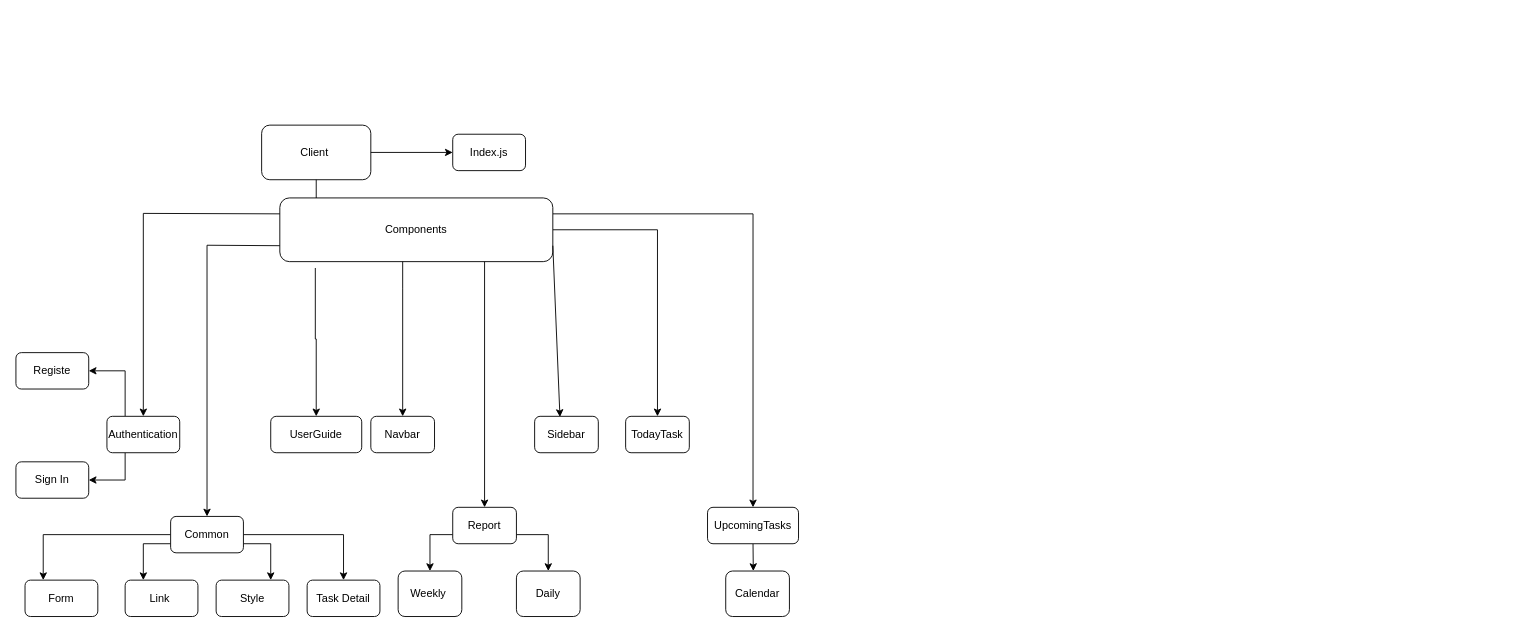
ViNguyen3747/Voice-Powered-Self-Productivity keeps this draw.io diagram as images/User Interface/Github.drawio. Above is the earlier version. Source tidied: cells renumbered, new cells numbered last; positions are measured from the earlier drawing's top-left corner, leaving out a move shared by most shapes. Both pictures are drawn from the tidied source at 91%, with x=0, y=0 at pixel (15, 125).
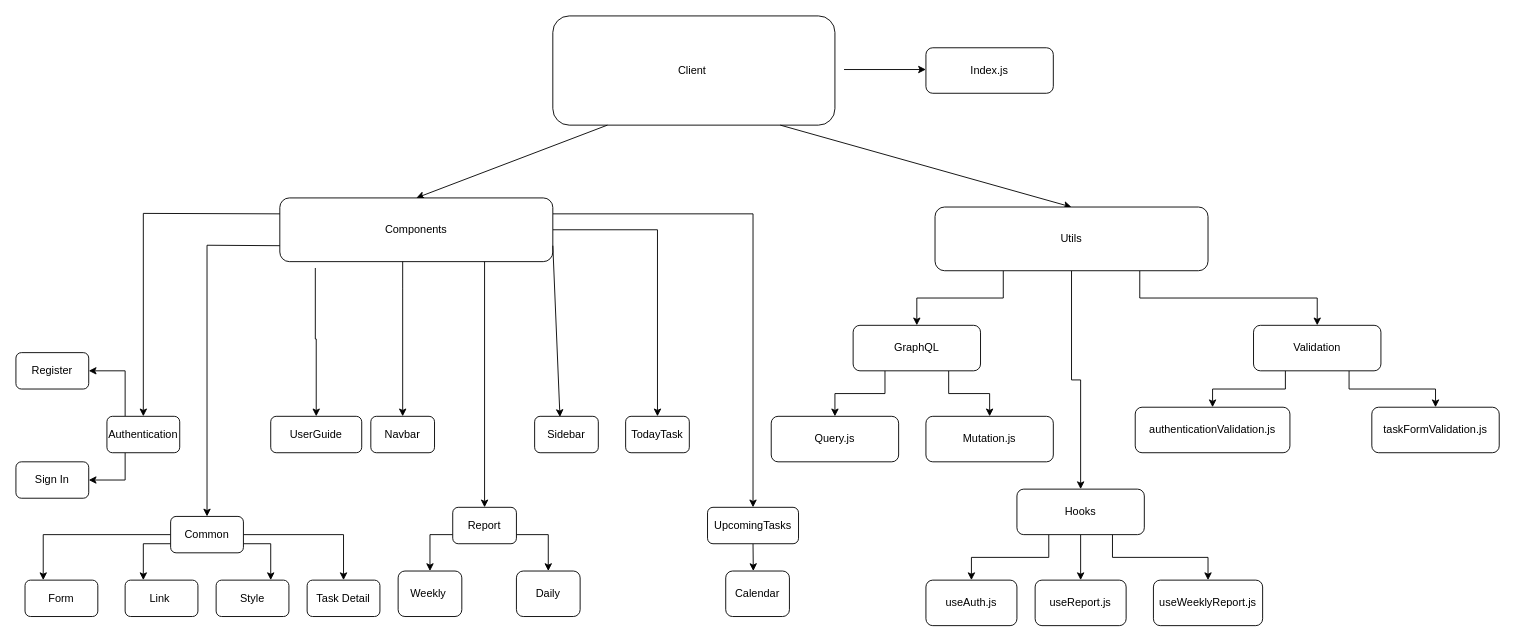
After the change.

Unchanged cells that the change refers to:
```xml
<mxCell id="9" value="Components" style="rounded=1;whiteSpace=wrap;html=1;" parent="1" vertex="1">
  <mxGeometry x="290" y="80" width="300" height="70" as="geometry" />
</mxCell>
```

The edit, as a diff of the source:
```diff
@@
     <mxCell id="2" value="Client&amp;nbsp;" style="rounded=1;whiteSpace=wrap;html=1;" parent="1" vertex="1">
-      <mxGeometry x="270" width="120" height="60" as="geometry" />
+      <mxGeometry x="590" y="-120" width="310" height="120" as="geometry" />
     </mxCell>
     <mxCell id="3" style="endArrow=classic;html=1;rounded=0;" parent="1" edge="1">
       <mxGeometry relative="1" as="geometry">
-        <mxPoint x="390" y="30" as="sourcePoint" />
-        <mxPoint x="480" y="30" as="targetPoint" />
+        <mxPoint x="910" y="-61.1" as="sourcePoint" />
+        <mxPoint x="1000" y="-61.1" as="targetPoint" />
       </mxGeometry>
     </mxCell>
-    <mxCell id="4" style="endArrow=classic;html=1;rounded=0;" parent="1" edge="1">
+    <mxCell id="4" style="endArrow=classic;html=1;rounded=0;entryX=0.5;entryY=0;entryDx=0;entryDy=0;" parent="1" edge="1" target="9">
       <mxGeometry relative="1" as="geometry">
-        <mxPoint x="330" y="60" as="sourcePoint" />
-        <mxPoint x="330" y="110" as="targetPoint" />
+        <mxPoint x="650" as="sourcePoint" />
       </mxGeometry>
     </mxCell>
     <mxCell id="5" value="Index.js" style="rounded=1;whiteSpace=wrap;html=1;" parent="1" vertex="1">
-      <mxGeometry x="480" y="10" width="80" height="40" as="geometry" />
+      <mxGeometry x="1000" y="-85" width="140" height="50" as="geometry" />
     </mxCell>
@@
-    <mxCell id="33" value="Registe" style="rounded=1;whiteSpace=wrap;html=1;" parent="1" vertex="1">
+    <mxCell id="33" value="Register" style="rounded=1;whiteSpace=wrap;html=1;" parent="1" vertex="1">
       <mxGeometry y="250" width="80" height="40" as="geometry" />
     </mxCell>
@@
+    <mxCell id="41" style="endArrow=classic;html=1;rounded=0;entryX=0.5;entryY=0;entryDx=0;entryDy=0;" parent="1" edge="1" target="45">
+      <mxGeometry relative="1" as="geometry">
+        <mxPoint x="840" as="sourcePoint" />
+      </mxGeometry>
+    </mxCell>
+    <mxCell id="42" style="edgeStyle=orthogonalEdgeStyle;rounded=0;jettySize=auto;html=1;exitX=0.25;exitY=1;exitDx=0;exitDy=0;entryX=0.5;entryY=0;entryDx=0;entryDy=0;" parent="1" edge="1" source="45" target="48">
+      <mxGeometry relative="1" as="geometry" />
+    </mxCell>
+    <mxCell id="43" style="edgeStyle=orthogonalEdgeStyle;rounded=0;jettySize=auto;html=1;exitX=0.5;exitY=1;exitDx=0;exitDy=0;entryX=0.5;entryY=0;entryDx=0;entryDy=0;" parent="1" edge="1" source="45" target="52">
+      <mxGeometry relative="1" as="geometry" />
+    </mxCell>
+    <mxCell id="44" style="edgeStyle=orthogonalEdgeStyle;rounded=0;jettySize=auto;html=1;exitX=0.75;exitY=1;exitDx=0;exitDy=0;entryX=0.5;entryY=0;entryDx=0;entryDy=0;" parent="1" edge="1" source="45" target="55">
+      <mxGeometry relative="1" as="geometry" />
+    </mxCell>
+    <mxCell id="45" value="Utils" style="rounded=1;whiteSpace=wrap;html=1;" parent="1" vertex="1">
+      <mxGeometry x="1010" y="90" width="300" height="70" as="geometry" />
+    </mxCell>
+    <mxCell id="46" style="edgeStyle=orthogonalEdgeStyle;rounded=0;jettySize=auto;html=1;exitX=0.25;exitY=1;exitDx=0;exitDy=0;entryX=0.5;entryY=0;entryDx=0;entryDy=0;" parent="1" edge="1" source="48" target="56">
+      <mxGeometry relative="1" as="geometry" />
+    </mxCell>
+    <mxCell id="47" style="edgeStyle=orthogonalEdgeStyle;rounded=0;jettySize=auto;html=1;exitX=0.75;exitY=1;exitDx=0;exitDy=0;entryX=0.5;entryY=0;entryDx=0;entryDy=0;" parent="1" edge="1" source="48" target="57">
+      <mxGeometry relative="1" as="geometry" />
+    </mxCell>
+    <mxCell id="48" value="GraphQL" style="rounded=1;whiteSpace=wrap;html=1;" parent="1" vertex="1">
+      <mxGeometry x="920" y="220" width="140" height="50" as="geometry" />
+    </mxCell>
+    <mxCell id="49" style="edgeStyle=orthogonalEdgeStyle;rounded=0;jettySize=auto;html=1;exitX=0.25;exitY=1;exitDx=0;exitDy=0;entryX=0.5;entryY=0;entryDx=0;entryDy=0;" parent="1" edge="1" source="52" target="58">
+      <mxGeometry relative="1" as="geometry" />
+    </mxCell>
+    <mxCell id="50" style="edgeStyle=orthogonalEdgeStyle;rounded=0;jettySize=auto;html=1;exitX=0.5;exitY=1;exitDx=0;exitDy=0;entryX=0.5;entryY=0;entryDx=0;entryDy=0;" parent="1" edge="1" source="52" target="59">
+      <mxGeometry relative="1" as="geometry" />
+    </mxCell>
+    <mxCell id="51" style="edgeStyle=orthogonalEdgeStyle;rounded=0;jettySize=auto;html=1;exitX=0.75;exitY=1;exitDx=0;exitDy=0;entryX=0.5;entryY=0;entryDx=0;entryDy=0;" parent="1" edge="1" source="52" target="60">
+      <mxGeometry relative="1" as="geometry" />
+    </mxCell>
+    <mxCell id="52" value="Hooks" style="rounded=1;whiteSpace=wrap;html=1;" parent="1" vertex="1">
+      <mxGeometry x="1100" y="400" width="140" height="50" as="geometry" />
+    </mxCell>
+    <mxCell id="53" style="edgeStyle=orthogonalEdgeStyle;rounded=0;jettySize=auto;html=1;exitX=0.25;exitY=1;exitDx=0;exitDy=0;entryX=0.5;entryY=0;entryDx=0;entryDy=0;" parent="1" edge="1" source="55" target="61">
+      <mxGeometry relative="1" as="geometry" />
+    </mxCell>
+    <mxCell id="54" style="edgeStyle=orthogonalEdgeStyle;rounded=0;jettySize=auto;html=1;exitX=0.75;exitY=1;exitDx=0;exitDy=0;entryX=0.5;entryY=0;entryDx=0;entryDy=0;" parent="1" edge="1" source="55" target="62">
+      <mxGeometry relative="1" as="geometry" />
+    </mxCell>
+    <mxCell id="55" value="Validation" style="rounded=1;whiteSpace=wrap;html=1;" parent="1" vertex="1">
+      <mxGeometry x="1360" y="220" width="140" height="50" as="geometry" />
+    </mxCell>
+    <mxCell id="56" value="Query.js" style="rounded=1;whiteSpace=wrap;html=1;" parent="1" vertex="1">
+      <mxGeometry x="830" y="320" width="140" height="50" as="geometry" />
+    </mxCell>
+    <mxCell id="57" value="Mutation.js" style="rounded=1;whiteSpace=wrap;html=1;" parent="1" vertex="1">
+      <mxGeometry x="1000" y="320" width="140" height="50" as="geometry" />
+    </mxCell>
+    <mxCell id="58" value="useAuth.js" style="rounded=1;whiteSpace=wrap;html=1;" parent="1" vertex="1">
+      <mxGeometry x="1000" y="500" width="100" height="50" as="geometry" />
+    </mxCell>
+    <mxCell id="59" value="useReport.js" style="rounded=1;whiteSpace=wrap;html=1;" parent="1" vertex="1">
+      <mxGeometry x="1120" y="500" width="100" height="50" as="geometry" />
+    </mxCell>
+    <mxCell id="60" value="useWeeklyReport.js" style="rounded=1;whiteSpace=wrap;html=1;" parent="1" vertex="1">
+      <mxGeometry x="1250" y="500" width="120" height="50" as="geometry" />
+    </mxCell>
+    <mxCell id="61" value="authenticationValidation.js" style="rounded=1;whiteSpace=wrap;html=1;" parent="1" vertex="1">
+      <mxGeometry x="1230" y="310" width="170" height="50" as="geometry" />
+    </mxCell>
+    <mxCell id="62" value="taskFormValidation.js" style="rounded=1;whiteSpace=wrap;html=1;" parent="1" vertex="1">
+      <mxGeometry x="1490" y="310" width="140" height="50" as="geometry" />
+    </mxCell>
```
